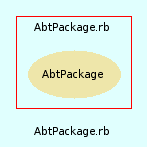
Above: src/trunk/doc/dot/f_3.png in eschabell/abtlinux (Graphviz), before the change. Its source is kept beside it as src/trunk/doc/dot/f_3.dot.
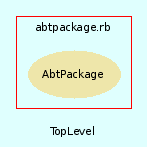
After the change.

The edit, as a diff of the source:
```diff
@@ -3,7 +3,7 @@
     bgcolor = lightcyan1
     fontname = Arial
     fontsize = 8
-    label = "AbtPackage.rb"
+    label = "TopLevel"
     node [
         fontname = Arial,
         fontsize = 8,
@@ -13,7 +13,7 @@
     subgraph cluster_4 {
         fontname = Arial
         color = red
-        label = "AbtPackage.rb"
+        label = "abtpackage.rb"
         AbtPackage [
             fontcolor = black,
             URL = "classes/AbtPackage.html",
```
